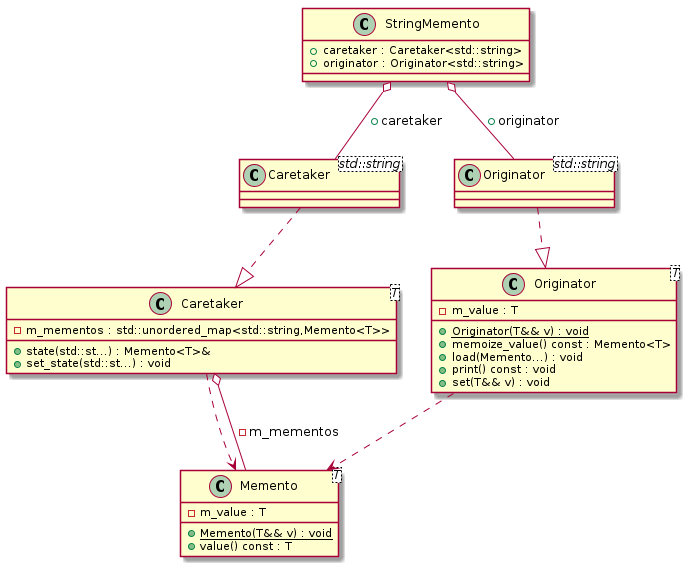
Above: docs/test_cases/t00026_class.png in bkryza/clang-uml (PlantUML), before the change.
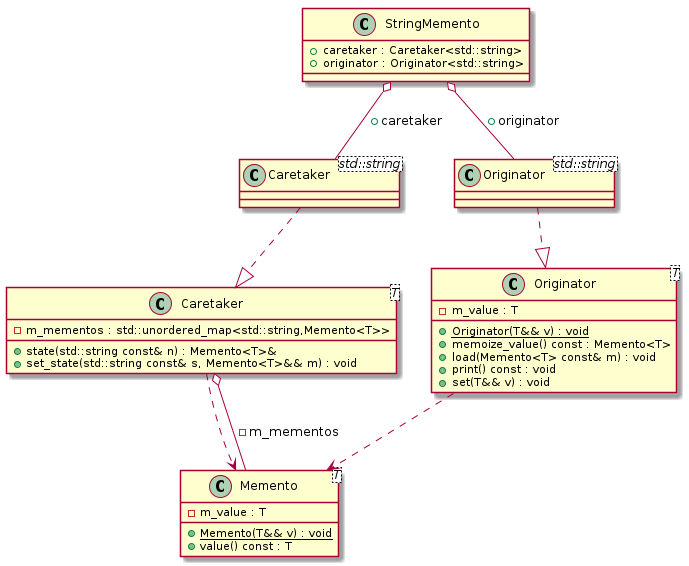
Above is the later version.

Diff of the diagram source:
```diff
@@ -1,53 +1,47 @@
 @startuml
-class "Memento<T>" as C_0000000393
-
-class "Originator<T>" as C_0000000395
-
-class "Caretaker<T>" as C_0000000399
-
-class "Caretaker<std::string>" as C_0000000408
-
-class "Originator<std::string>" as C_0000000409
-
-class "StringMemento" as C_0000000407
-
-class C_0000000393 {
+class "Memento<T>" as C_0000000413
+class C_0000000413 {
 {static} +Memento(T&& v) : void
 +value() const : T
 -m_value : T
 }
 
-class C_0000000395 {
+class "Originator<T>" as C_0000000415
+class C_0000000415 {
 {static} +Originator(T&& v) : void
 +memoize_value() const : Memento<T>
-+load(Memento...) : void
++load(Memento<T> const& m) : void
 +print() const : void
 +set(T&& v) : void
 -m_value : T
 }
-C_0000000395 ..> C_0000000393
 
-class C_0000000399 {
-+state(std::st...) : Memento<T>&
-+set_state(std::st...) : void
+class "Caretaker<T>" as C_0000000419
+class C_0000000419 {
++state(std::string const& n) : Memento<T>&
++set_state(std::string const& s, Memento<T>&& m) : void
 -m_mementos : std::unordered_map<std::string,Memento<T>>
 }
-C_0000000399 ..> C_0000000393
-C_0000000399 o-- C_0000000393 : -m_mementos
 
-class C_0000000408 {
+class "Caretaker<std::string>" as C_0000000428
+class C_0000000428 {
 }
-C_0000000408 ..|> C_0000000399
 
-class C_0000000409 {
+class "Originator<std::string>" as C_0000000429
+class C_0000000429 {
 }
-C_0000000409 ..|> C_0000000395
 
-class C_0000000407 {
+class "StringMemento" as C_0000000427
+class C_0000000427 {
 +caretaker : Caretaker<std::string>
 +originator : Originator<std::string>
 }
-C_0000000407 o-- C_0000000408 : +caretaker
-C_0000000407 o-- C_0000000409 : +originator
 
+C_0000000415 ..> C_0000000413
+C_0000000419 ..> C_0000000413
+C_0000000419 o-- C_0000000413 : -m_mementos
+C_0000000428 ..|> C_0000000419
+C_0000000429 ..|> C_0000000415
+C_0000000427 o-- C_0000000428 : +caretaker
+C_0000000427 o-- C_0000000429 : +originator
 @enduml
```
